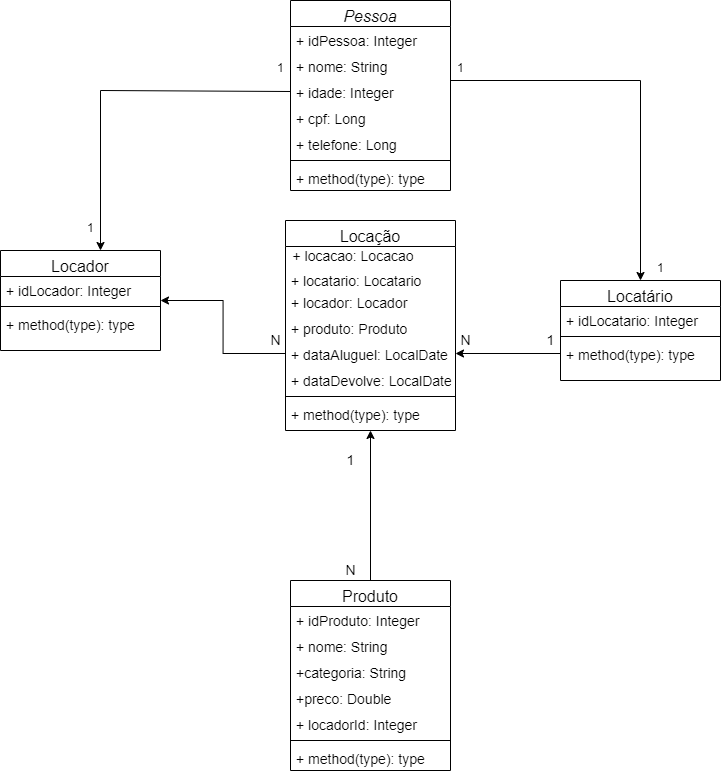
This is MeEmpresta.png from JefersonEGomes/becaDesafioJeferson, a draw.io export, as it was before one commit. Source tidied: cells renumbered, new cells last; positions are measured from the earlier drawing's top-left corner, leaving out a move shared by most shapes.
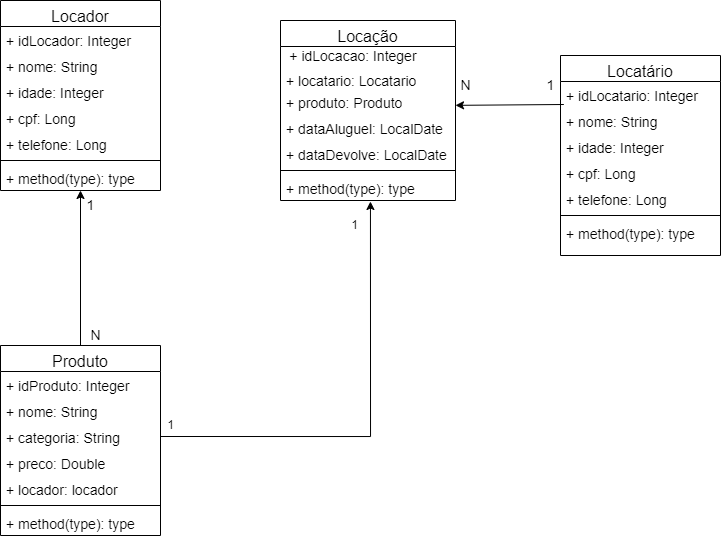
After the commit.

What changed in the source:
```diff
@@ -2,57 +2,33 @@
   <root>
     <mxCell id="0" />
     <mxCell id="1" parent="0" />
-    <mxCell id="2" value="Pessoa" style="swimlane;fontStyle=2;align=center;verticalAlign=top;horizontal=1;startSize=26;rounded=0;shadow=0;strokeWidth=1;fontSize=16;" parent="1" vertex="1">
-      <mxGeometry x="290" width="160" height="190" as="geometry" />
-    </mxCell>
-    <mxCell id="3" value="+ idPessoa: Integer" style="text;align=left;verticalAlign=top;spacingLeft=4;spacingRight=4;overflow=hidden;fontSize=14;" parent="2" vertex="1">
-      <mxGeometry y="26" width="160" height="26" as="geometry" />
-    </mxCell>
-    <mxCell id="4" value="+ nome: String" style="text;align=left;verticalAlign=top;spacingLeft=4;spacingRight=4;overflow=hidden;rounded=0;shadow=0;html=0;fontSize=14;" parent="2" vertex="1">
-      <mxGeometry y="52" width="160" height="26" as="geometry" />
-    </mxCell>
-    <mxCell id="5" value="+ idade: Integer" style="text;align=left;verticalAlign=top;spacingLeft=4;spacingRight=4;overflow=hidden;points=[[0,0.5],[1,0.5]];portConstraint=eastwest;rounded=0;shadow=0;html=0;fontSize=14;" parent="2" vertex="1">
-      <mxGeometry y="78" width="160" height="26" as="geometry" />
-    </mxCell>
-    <mxCell id="6" value="+ cpf: Long" style="text;align=left;verticalAlign=top;spacingLeft=4;spacingRight=4;overflow=hidden;rounded=0;shadow=0;html=0;fontSize=14;" parent="2" vertex="1">
-      <mxGeometry y="104" width="160" height="26" as="geometry" />
-    </mxCell>
-    <mxCell id="7" value="+ telefone: Long" style="text;align=left;verticalAlign=top;spacingLeft=4;spacingRight=4;overflow=hidden;rounded=0;shadow=0;html=0;fontSize=14;" parent="2" vertex="1">
-      <mxGeometry y="130" width="160" height="26" as="geometry" />
-    </mxCell>
-    <mxCell id="8" style="line;html=1;strokeWidth=1;align=left;verticalAlign=middle;spacingTop=-1;spacingLeft=3;spacingRight=3;labelPosition=right;" parent="2" vertex="1">
-      <mxGeometry y="156" width="160" height="8" as="geometry" />
-    </mxCell>
-    <mxCell id="9" value="+ method(type): type" style="text;align=left;verticalAlign=top;spacingLeft=4;spacingRight=4;overflow=hidden;fontSize=14;" parent="2" vertex="1">
-      <mxGeometry y="164" width="160" height="26" as="geometry" />
-    </mxCell>
     <mxCell id="10" value="Locador" style="swimlane;fontStyle=0;align=center;verticalAlign=top;horizontal=1;startSize=26;rounded=0;shadow=0;strokeWidth=1;fontSize=16;" parent="1" vertex="1">
-      <mxGeometry y="250" width="160" height="100" as="geometry" />
+      <mxGeometry x="60" y="125" width="160" height="190" as="geometry" />
     </mxCell>
     <mxCell id="11" value="+ idLocador: Integer" style="text;align=left;verticalAlign=top;spacingLeft=4;spacingRight=4;overflow=hidden;points=[[0,0.5],[1,0.5]];portConstraint=eastwest;fontSize=14;" parent="10" vertex="1">
       <mxGeometry y="26" width="160" height="26" as="geometry" />
     </mxCell>
+    <mxCell id="55" value="+ nome: String" style="text;align=left;verticalAlign=top;spacingLeft=4;spacingRight=4;overflow=hidden;fontSize=14;" parent="10" vertex="1">
+      <mxGeometry y="52" width="160" height="26" as="geometry" />
+    </mxCell>
+    <mxCell id="56" value="+ idade: Integer" style="text;align=left;verticalAlign=top;spacingLeft=4;spacingRight=4;overflow=hidden;fontSize=14;" parent="10" vertex="1">
+      <mxGeometry y="78" width="160" height="26" as="geometry" />
+    </mxCell>
+    <mxCell id="57" value="+ cpf: Long" style="text;align=left;verticalAlign=top;spacingLeft=4;spacingRight=4;overflow=hidden;fontSize=14;" parent="10" vertex="1">
+      <mxGeometry y="104" width="160" height="26" as="geometry" />
+    </mxCell>
+    <mxCell id="58" value="+ telefone: Long" style="text;align=left;verticalAlign=top;spacingLeft=4;spacingRight=4;overflow=hidden;fontSize=14;" parent="10" vertex="1">
+      <mxGeometry y="130" width="160" height="26" as="geometry" />
+    </mxCell>
     <mxCell id="12" style="line;html=1;strokeWidth=1;align=left;verticalAlign=middle;spacingTop=-1;spacingLeft=3;spacingRight=3;labelPosition=right;" parent="10" vertex="1">
-      <mxGeometry y="52" width="160" height="8" as="geometry" />
+      <mxGeometry y="156" width="160" height="8" as="geometry" />
     </mxCell>
     <mxCell id="13" value="+ method(type): type" style="text;align=left;verticalAlign=top;spacingLeft=4;spacingRight=4;overflow=hidden;fontSize=14;" parent="10" vertex="1">
-      <mxGeometry y="60" width="160" height="26" as="geometry" />
+      <mxGeometry y="164" width="160" height="26" as="geometry" />
     </mxCell>
     <mxCell id="14" style="align=right;verticalAlign=bottom;labelBackgroundColor=none;fontSize=12;" parent="1" vertex="1">
       <mxGeometry x="70" y="110" as="geometry" />
     </mxCell>
-    <mxCell id="15" style="edgeStyle=orthogonalEdgeStyle;rounded=0;jettySize=auto;html=1;exitX=0;exitY=0.5;exitDx=0;exitDy=0;entryX=0.625;entryY=0;entryDx=0;entryDy=0;fontSize=14;entryPerimeter=0;" parent="1" edge="1" source="5" target="10">
-      <mxGeometry relative="1" as="geometry">
-        <Array as="points">
-          <mxPoint x="100" y="90" />
-        </Array>
-      </mxGeometry>
-    </mxCell>
-    <mxCell id="16" value="1" style="align=left;verticalAlign=bottom;labelBackgroundColor=none;fontSize=12;" parent="1" vertex="1">
-      <mxGeometry x="470" y="100" as="geometry">
-        <mxPoint x="-195" y="-24" as="offset" />
-      </mxGeometry>
-    </mxCell>
     <mxCell id="17" style="align=right;verticalAlign=bottom;labelBackgroundColor=none;fontSize=12;" parent="1" vertex="1">
       <mxGeometry x="80" y="120" as="geometry" />
     </mxCell>
@@ -60,16 +36,28 @@
       <mxGeometry x="90" y="130" as="geometry" />
     </mxCell>
     <mxCell id="19" value="Locatário" style="swimlane;fontStyle=0;align=center;verticalAlign=top;horizontal=1;startSize=26;rounded=0;shadow=0;strokeWidth=1;fontSize=16;" parent="1" vertex="1">
-      <mxGeometry x="560" y="280" width="160" height="100" as="geometry" />
+      <mxGeometry x="620" y="180" width="160" height="200" as="geometry" />
     </mxCell>
     <mxCell id="20" value="+ idLocatario: Integer" style="text;align=left;verticalAlign=top;spacingLeft=4;spacingRight=4;overflow=hidden;fontSize=14;" parent="19" vertex="1">
       <mxGeometry y="26" width="160" height="26" as="geometry" />
     </mxCell>
+    <mxCell id="59" value="+ nome: String" style="text;align=left;verticalAlign=top;spacingLeft=4;spacingRight=4;overflow=hidden;fontSize=14;" parent="19" vertex="1">
+      <mxGeometry y="52" width="160" height="26" as="geometry" />
+    </mxCell>
+    <mxCell id="60" value="+ idade: Integer" style="text;align=left;verticalAlign=top;spacingLeft=4;spacingRight=4;overflow=hidden;fontSize=14;" parent="19" vertex="1">
+      <mxGeometry y="78" width="160" height="26" as="geometry" />
+    </mxCell>
+    <mxCell id="61" value="+ cpf: Long" style="text;align=left;verticalAlign=top;spacingLeft=4;spacingRight=4;overflow=hidden;fontSize=14;" parent="19" vertex="1">
+      <mxGeometry y="104" width="160" height="26" as="geometry" />
+    </mxCell>
+    <mxCell id="62" value="+ telefone: Long" style="text;align=left;verticalAlign=top;spacingLeft=4;spacingRight=4;overflow=hidden;fontSize=14;" parent="19" vertex="1">
+      <mxGeometry y="130" width="160" height="26" as="geometry" />
+    </mxCell>
     <mxCell id="21" style="line;html=1;strokeWidth=1;align=left;verticalAlign=middle;spacingTop=-1;spacingLeft=3;spacingRight=3;labelPosition=right;" parent="19" vertex="1">
-      <mxGeometry y="52" width="160" height="8" as="geometry" />
+      <mxGeometry y="156" width="160" height="8" as="geometry" />
     </mxCell>
     <mxCell id="22" value="+ method(type): type" style="text;align=left;verticalAlign=top;spacingLeft=4;spacingRight=4;overflow=hidden;points=[[0,0.5],[1,0.5]];portConstraint=eastwest;fontSize=14;" parent="19" vertex="1">
-      <mxGeometry y="60" width="160" height="26" as="geometry" />
+      <mxGeometry y="164" width="160" height="26" as="geometry" />
     </mxCell>
     <mxCell id="23" style="align=right;verticalAlign=bottom;labelBackgroundColor=none;fontSize=12;" parent="1" vertex="1">
       <mxGeometry x="690" y="110" as="geometry" />
@@ -80,70 +68,35 @@
     <mxCell id="25" style="align=right;verticalAlign=bottom;labelBackgroundColor=none;fontSize=12;" parent="1" vertex="1">
       <mxGeometry x="710" y="130" as="geometry" />
     </mxCell>
-    <mxCell id="26" style="edgeStyle=orthogonalEdgeStyle;rounded=0;jettySize=auto;html=1;entryX=0.5;entryY=0;entryDx=0;entryDy=0;fontSize=14;exitX=1;exitY=0.5;exitDx=0;exitDy=0;" parent="1" edge="1" source="5" target="19">
-      <mxGeometry relative="1" as="geometry">
-        <Array as="points">
-          <mxPoint x="450" y="80" />
-          <mxPoint x="640" y="80" />
-        </Array>
-      </mxGeometry>
-    </mxCell>
-    <mxCell id="27" value="1" style="align=left;verticalAlign=bottom;labelBackgroundColor=none;fontSize=12;" parent="1" vertex="1">
-      <mxGeometry x="280" y="260" as="geometry">
-        <mxPoint x="-195" y="-24" as="offset" />
-      </mxGeometry>
-    </mxCell>
-    <mxCell id="28" value="1" style="align=left;verticalAlign=bottom;labelBackgroundColor=none;fontSize=12;" parent="1" vertex="1">
-      <mxGeometry x="650" y="100" as="geometry">
-        <mxPoint x="-195" y="-24" as="offset" />
-      </mxGeometry>
-    </mxCell>
-    <mxCell id="29" value="1" style="align=left;verticalAlign=bottom;labelBackgroundColor=none;fontSize=12;" parent="1" vertex="1">
-      <mxGeometry x="850" y="300" as="geometry">
-        <mxPoint x="-195" y="-24" as="offset" />
-      </mxGeometry>
-    </mxCell>
     <mxCell id="30" value="Locação" style="swimlane;fontStyle=0;align=center;verticalAlign=top;horizontal=1;startSize=26;rounded=0;shadow=0;strokeWidth=1;fontSize=16;" parent="1" vertex="1">
-      <mxGeometry x="285" y="220" width="170" height="210" as="geometry" />
+      <mxGeometry x="340" y="145" width="175" height="180" as="geometry" />
     </mxCell>
-    <mxCell id="31" value="+ locacao: Locacao&amp;nbsp; &amp;nbsp; &amp;nbsp; &amp;nbsp; &amp;nbsp;" style="text;html=1;align=center;verticalAlign=middle;strokeColor=none;fillColor=none;fontSize=14;" parent="30" vertex="1">
-      <mxGeometry y="26" width="170" height="20" as="geometry" />
+    <mxCell id="31" value="&amp;nbsp;+ idLocacao: Integer&amp;nbsp; &amp;nbsp; &amp;nbsp; &amp;nbsp; &amp;nbsp;" style="text;html=1;align=center;verticalAlign=middle;strokeColor=none;fillColor=none;fontSize=14;" parent="30" vertex="1">
+      <mxGeometry y="26" width="175" height="20" as="geometry" />
     </mxCell>
     <mxCell id="32" value="+ locatario: Locatario" style="text;align=left;verticalAlign=top;spacingLeft=4;spacingRight=4;overflow=hidden;fontSize=14;" parent="30" vertex="1">
-      <mxGeometry y="46" width="170" height="22" as="geometry" />
+      <mxGeometry y="46" width="175" height="22" as="geometry" />
     </mxCell>
-    <mxCell id="33" value="+ locador: Locador" style="text;align=left;verticalAlign=top;spacingLeft=4;spacingRight=4;overflow=hidden;fontSize=14;" parent="30" vertex="1">
-      <mxGeometry y="68" width="170" height="26" as="geometry" />
-    </mxCell>
     <mxCell id="34" value="+ produto: Produto" style="text;align=left;verticalAlign=top;spacingLeft=4;spacingRight=4;overflow=hidden;fontSize=14;" parent="30" vertex="1">
-      <mxGeometry y="94" width="170" height="26" as="geometry" />
+      <mxGeometry y="68" width="175" height="26" as="geometry" />
     </mxCell>
     <mxCell id="35" value="+ dataAluguel: LocalDate" style="text;align=left;verticalAlign=top;spacingLeft=4;spacingRight=4;overflow=hidden;points=[[0,0.5],[1,0.5]];portConstraint=eastwest;rounded=0;shadow=0;html=0;fontSize=14;" parent="30" vertex="1">
-      <mxGeometry y="120" width="170" height="26" as="geometry" />
+      <mxGeometry y="94" width="175" height="26" as="geometry" />
     </mxCell>
     <mxCell id="36" value="+ dataDevolve: LocalDate" style="text;align=left;verticalAlign=top;spacingLeft=4;spacingRight=4;overflow=hidden;rounded=0;shadow=0;html=0;fontSize=14;" parent="30" vertex="1">
-      <mxGeometry y="146" width="170" height="26" as="geometry" />
+      <mxGeometry y="120" width="175" height="26" as="geometry" />
     </mxCell>
     <mxCell id="37" style="line;html=1;strokeWidth=1;align=left;verticalAlign=middle;spacingTop=-1;spacingLeft=3;spacingRight=3;labelPosition=right;" parent="30" vertex="1">
-      <mxGeometry y="172" width="170" height="8" as="geometry" />
+      <mxGeometry y="146" width="175" height="8" as="geometry" />
     </mxCell>
     <mxCell id="38" value="+ method(type): type" style="text;align=left;verticalAlign=top;spacingLeft=4;spacingRight=4;overflow=hidden;points=[[0,0.5],[1,0.5]];portConstraint=eastwest;fontSize=14;" parent="30" vertex="1">
-      <mxGeometry y="180" width="170" height="26" as="geometry" />
+      <mxGeometry y="154" width="175" height="26" as="geometry" />
     </mxCell>
-    <mxCell id="39" value="N" style="text;html=1;align=center;verticalAlign=middle;strokeColor=none;fillColor=none;fontSize=14;" parent="1" vertex="1">
-      <mxGeometry x="260" y="330" width="30" height="20" as="geometry" />
-    </mxCell>
-    <mxCell id="40" value="1" style="text;html=1;align=center;verticalAlign=middle;strokeColor=none;fillColor=none;fontSize=14;" parent="1" vertex="1">
-      <mxGeometry x="540" y="330" width="20" height="20" as="geometry" />
-    </mxCell>
-    <mxCell id="41" value="N" style="text;html=1;align=center;verticalAlign=middle;strokeColor=none;fillColor=none;fontSize=14;" parent="1" vertex="1">
-      <mxGeometry x="450" y="330" width="30" height="20" as="geometry" />
-    </mxCell>
-    <mxCell id="42" style="edgeStyle=orthogonalEdgeStyle;rounded=0;jettySize=auto;html=1;exitX=0.5;exitY=0;exitDx=0;exitDy=0;entryX=0.5;entryY=1;entryDx=0;entryDy=0;" parent="1" edge="1" source="43" target="30">
-      <mxGeometry relative="1" as="geometry" />
-    </mxCell>
+    <mxCell id="63" style="edgeStyle=orthogonalEdgeStyle;rounded=0;jettySize=auto;html=1;exitX=0.5;exitY=0;exitDx=0;exitDy=0;entryX=0.5;entryY=1;entryDx=0;entryDy=0;" parent="1" edge="1" source="43" target="10">
+      <mxGeometry relative="1" as="geometry" />
+    </mxCell>
     <mxCell id="43" value="Produto" style="swimlane;fontStyle=0;align=center;verticalAlign=top;horizontal=1;startSize=26;rounded=0;shadow=0;strokeWidth=1;fontSize=16;" parent="1" vertex="1">
-      <mxGeometry x="290" y="580" width="160" height="190" as="geometry" />
+      <mxGeometry x="60" y="470" width="160" height="190" as="geometry" />
     </mxCell>
     <mxCell id="44" value="+ idProduto: Integer" style="text;align=left;verticalAlign=top;spacingLeft=4;spacingRight=4;overflow=hidden;fontSize=14;" parent="43" vertex="1">
       <mxGeometry y="26" width="160" height="26" as="geometry" />
@@ -151,13 +104,13 @@
     <mxCell id="45" value="+ nome: String" style="text;align=left;verticalAlign=top;spacingLeft=4;spacingRight=4;overflow=hidden;rounded=0;shadow=0;html=0;fontSize=14;" parent="43" vertex="1">
       <mxGeometry y="52" width="160" height="26" as="geometry" />
     </mxCell>
-    <mxCell id="46" value="+categoria: String" style="text;align=left;verticalAlign=top;spacingLeft=4;spacingRight=4;overflow=hidden;points=[[0,0.5],[1,0.5]];portConstraint=eastwest;rounded=0;shadow=0;html=0;fontSize=14;" parent="43" vertex="1">
+    <mxCell id="46" value="+ categoria: String" style="text;align=left;verticalAlign=top;spacingLeft=4;spacingRight=4;overflow=hidden;points=[[0,0.5],[1,0.5]];portConstraint=eastwest;rounded=0;shadow=0;html=0;fontSize=14;" parent="43" vertex="1">
       <mxGeometry y="78" width="160" height="26" as="geometry" />
     </mxCell>
-    <mxCell id="47" value="+preco: Double" style="text;align=left;verticalAlign=top;spacingLeft=4;spacingRight=4;overflow=hidden;rounded=0;shadow=0;html=0;fontSize=14;" parent="43" vertex="1">
+    <mxCell id="47" value="+ preco: Double" style="text;align=left;verticalAlign=top;spacingLeft=4;spacingRight=4;overflow=hidden;rounded=0;shadow=0;html=0;fontSize=14;" parent="43" vertex="1">
       <mxGeometry y="104" width="160" height="26" as="geometry" />
     </mxCell>
-    <mxCell id="48" value="+ locadorId: Integer" style="text;align=left;verticalAlign=top;spacingLeft=4;spacingRight=4;overflow=hidden;rounded=0;shadow=0;html=0;fontSize=14;" parent="43" vertex="1">
+    <mxCell id="48" value="+ locador: locador" style="text;align=left;verticalAlign=top;spacingLeft=4;spacingRight=4;overflow=hidden;rounded=0;shadow=0;html=0;fontSize=14;" parent="43" vertex="1">
       <mxGeometry y="130" width="160" height="26" as="geometry" />
     </mxCell>
     <mxCell id="49" style="line;html=1;strokeWidth=1;align=left;verticalAlign=middle;spacingTop=-1;spacingLeft=3;spacingRight=3;labelPosition=right;" parent="43" vertex="1">
@@ -167,16 +120,31 @@
       <mxGeometry y="164" width="160" height="26" as="geometry" />
     </mxCell>
     <mxCell id="51" value="1" style="text;html=1;align=center;verticalAlign=middle;strokeColor=none;fillColor=none;fontSize=14;" parent="1" vertex="1">
-      <mxGeometry x="340" y="450" width="20" height="20" as="geometry" />
+      <mxGeometry x="140" y="320" width="20" height="20" as="geometry" />
     </mxCell>
     <mxCell id="52" value="N" style="text;html=1;align=center;verticalAlign=middle;strokeColor=none;fillColor=none;fontSize=14;" parent="1" vertex="1">
-      <mxGeometry x="335" y="560" width="30" height="20" as="geometry" />
+      <mxGeometry x="140" y="450" width="30" height="20" as="geometry" />
     </mxCell>
-    <mxCell id="53" style="edgeStyle=orthogonalEdgeStyle;rounded=0;jettySize=auto;html=1;exitX=0;exitY=0.5;exitDx=0;exitDy=0;entryX=1;entryY=0.923;entryDx=0;entryDy=0;entryPerimeter=0;" parent="1" edge="1" source="35" target="11">
-      <mxGeometry relative="1" as="geometry" />
-    </mxCell>
-    <mxCell id="54" style="edgeStyle=orthogonalEdgeStyle;rounded=0;jettySize=auto;html=1;entryX=1;entryY=0.5;entryDx=0;entryDy=0;" parent="1" edge="1" source="22" target="35">
-      <mxGeometry relative="1" as="geometry" />
-    </mxCell>
+    <mxCell id="64" style="endArrow=classic;html=1;rounded=0;exitX=1.125;exitY=-0.15;exitDx=0;exitDy=0;exitPerimeter=0;entryX=0.139;entryY=-0.108;entryDx=0;entryDy=0;entryPerimeter=0;" parent="1" edge="1">
+      <mxGeometry relative="1" as="geometry">
+        <mxPoint x="623.3" y="229" as="sourcePoint" />
+        <mxPoint x="515" y="229.8" as="targetPoint" />
+      </mxGeometry>
+    </mxCell>
+    <mxCell id="65" value="N" style="text;html=1;align=center;verticalAlign=middle;strokeColor=none;fillColor=none;fontSize=14;" parent="1" vertex="1">
+      <mxGeometry x="510" y="200" width="30" height="20" as="geometry" />
+    </mxCell>
+    <mxCell id="40" value="1" style="text;html=1;align=center;verticalAlign=middle;strokeColor=none;fillColor=none;fontSize=14;" parent="1" vertex="1">
+      <mxGeometry x="600" y="200" width="20" height="20" as="geometry" />
+    </mxCell>
+    <mxCell id="66" style="edgeStyle=orthogonalEdgeStyle;rounded=0;jettySize=auto;html=1;exitX=1;exitY=0.5;exitDx=0;exitDy=0;entryX=0.514;entryY=1.038;entryDx=0;entryDy=0;entryPerimeter=0;" parent="1" edge="1" source="46" target="38">
+      <mxGeometry relative="1" as="geometry" />
+    </mxCell>
+    <mxCell id="67" value="1" style="text;html=1;align=center;verticalAlign=middle;strokeColor=none;fillColor=none;" parent="1" vertex="1">
+      <mxGeometry x="404" y="340" width="20" height="20" as="geometry" />
+    </mxCell>
+    <mxCell id="68" value="1" style="text;html=1;align=center;verticalAlign=middle;strokeColor=none;fillColor=none;" parent="1" vertex="1">
+      <mxGeometry x="220" y="540" width="20" height="20" as="geometry" />
+    </mxCell>
   </root>
 </mxGraphModel>
```
